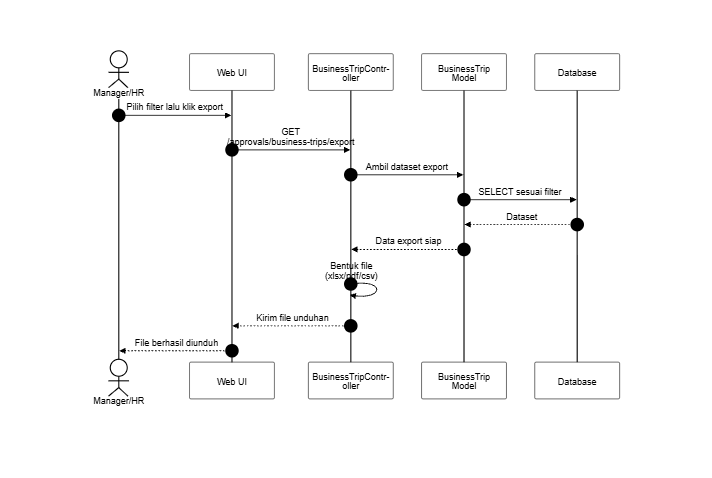
SulaimanHafi23/SimpegRSHDI keeps this Mermaid diagram as docs/SequenceDiagram/PNG_Transparent/PersetujuanPerjalananDinas-EskportRiwayat.png. Above is the earlier version. Its source is kept beside it as docs/SequenceDiagram/PersetujuanPerjalananDinas-EskportRiwayat.mermaid.
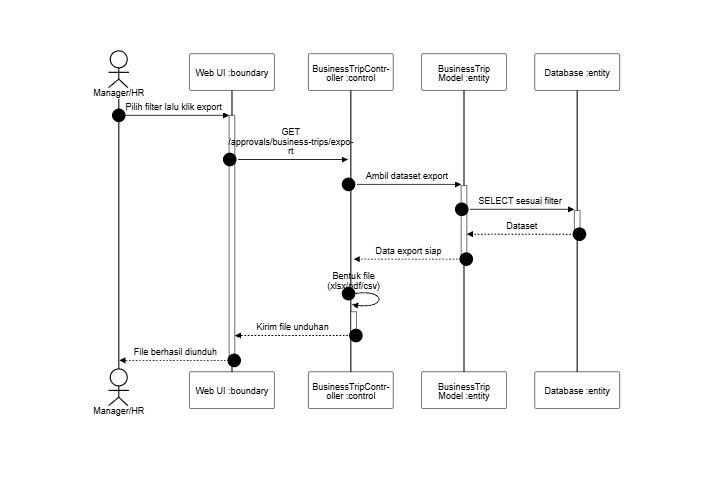
After the change.

The edit, as a diff of the source:
```diff
@@ -2,17 +2,17 @@
 sequenceDiagram
     autonumber
     actor A as Manager/HR
-    participant UI as Web UI
-    participant C as BusinessTripController
-    participant M as BusinessTrip Model
-    participant DB as Database
+    participant UI as Web UI :boundary
+    participant C as BusinessTripController :control
+    participant M as BusinessTrip Model :entity
+    participant DB as Database :entity
 
-    A->>UI: Pilih filter lalu klik export
-    UI->>C: GET /approvals/business-trips/export
-    C->>M: Ambil dataset export
-    M->>DB: SELECT sesuai filter
-    DB-->>M: Dataset
-    M-->>C: Data export siap
-    C->>C: Bentuk file (xlsx/pdf/csv)
-    C-->>UI: Kirim file unduhan
-    UI-->>A: File berhasil diunduh
+    A->>+UI: Pilih filter lalu klik export
+    UI->>+C: GET /approvals/business-trips/export
+    C->>+M: Ambil dataset export
+    M->>+DB: SELECT sesuai filter
+    DB-->>-M: Dataset
+    M-->>-C: Data export siap
+    C->>+C: Bentuk file (xlsx/pdf/csv)
+    C-->>-UI: Kirim file unduhan
+    UI-->>-A: File berhasil diunduh
```
